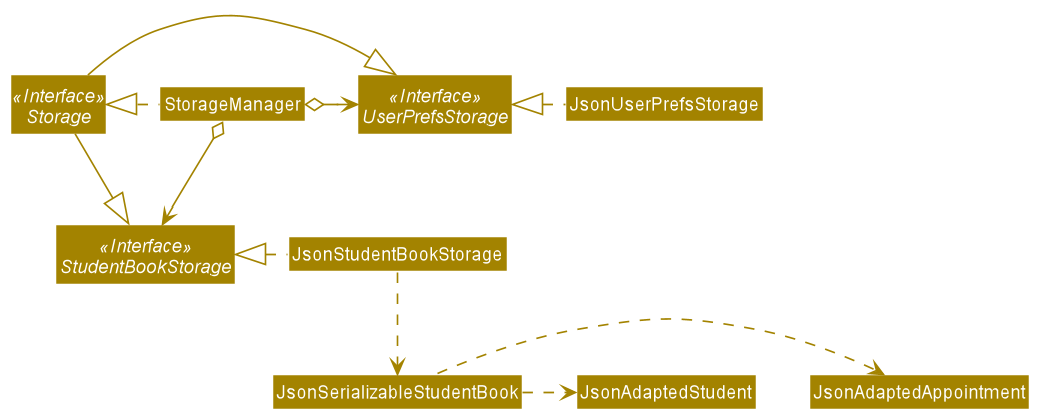
This is docs/images/StorageClassDiagram.png from nus-cs2103-AY2021S2/tp, a PlantUML export, as it was before one commit.
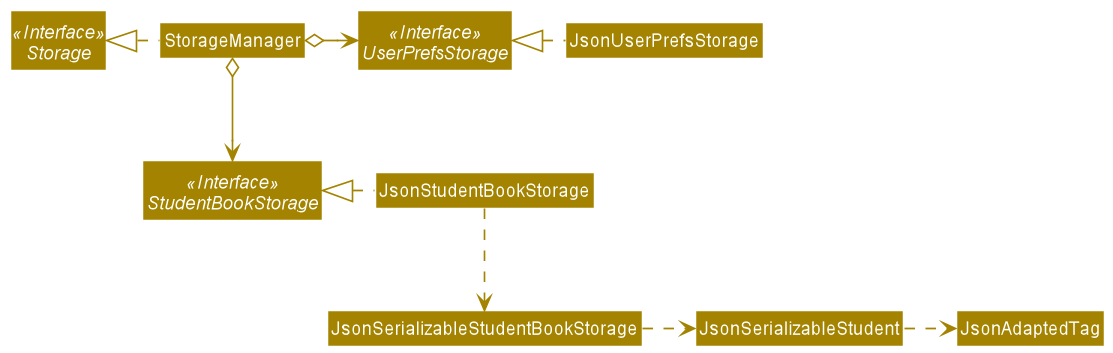
The same diagram one commit later.

The edit, as a diff of the source:
```diff
@@ -16,13 +16,9 @@
 StorageManager o-right-> UserPrefsStorage
 StorageManager o--> StudentBookStorage
 
-Storage -|> UserPrefsStorage
-Storage -|> StudentBookStorage
-
 JsonUserPrefsStorage .left.|> UserPrefsStorage
-JsonStudentBookStorage .left.|> StudentBookStorage
-JsonStudentBookStorage .down.> JsonSerializableStudentBook
-JsonSerializableStudentBook .right.> JsonAdaptedAppointment
-JsonSerializableStudentBook .right.> JsonAdaptedStudent
-
+JsonStudentBookStorage .left.|>StudentBookStorage
+JsonStudentBookStorage .down.> JsonSerializableStudentBookStorage
+JsonSerializableStudentBookStorage .right.> JsonSerializableStudent
+JsonSerializableStudent .right.> JsonAdaptedTag
 @enduml
```
